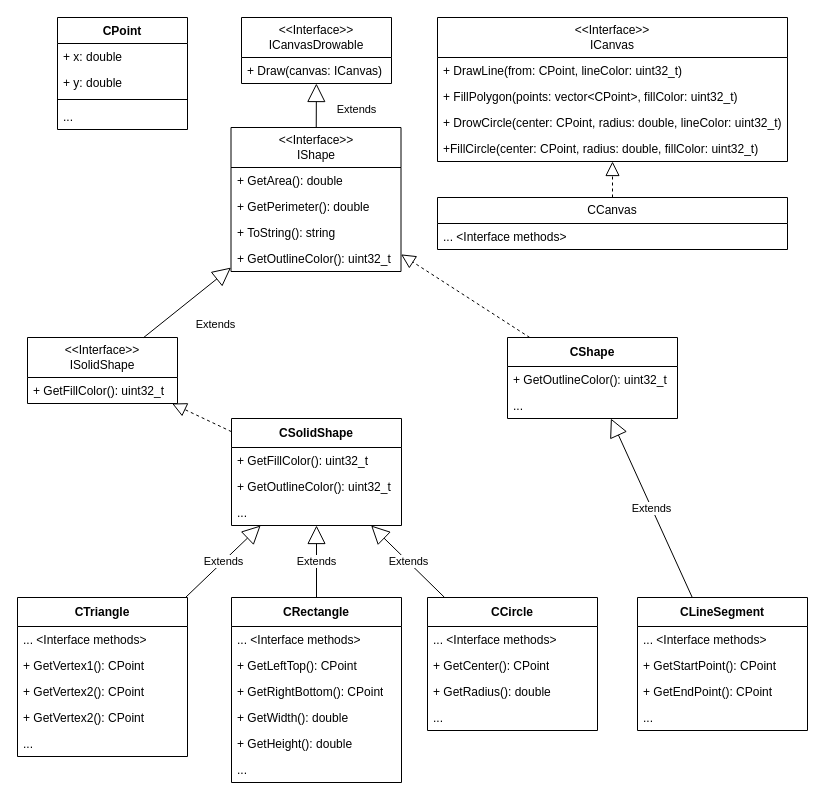
mr-ale141/OOP keeps this draw.io diagram as lw4/shape/uml.drawio. Above is the earlier version. Source tidied: cells renumbered, new cells numbered last; positions are measured from the earlier drawing's top-left corner, leaving out a move shared by most shapes. Both pictures are drawn from the tidied source at 100%, with x=0, y=0 at pixel (17, 17).
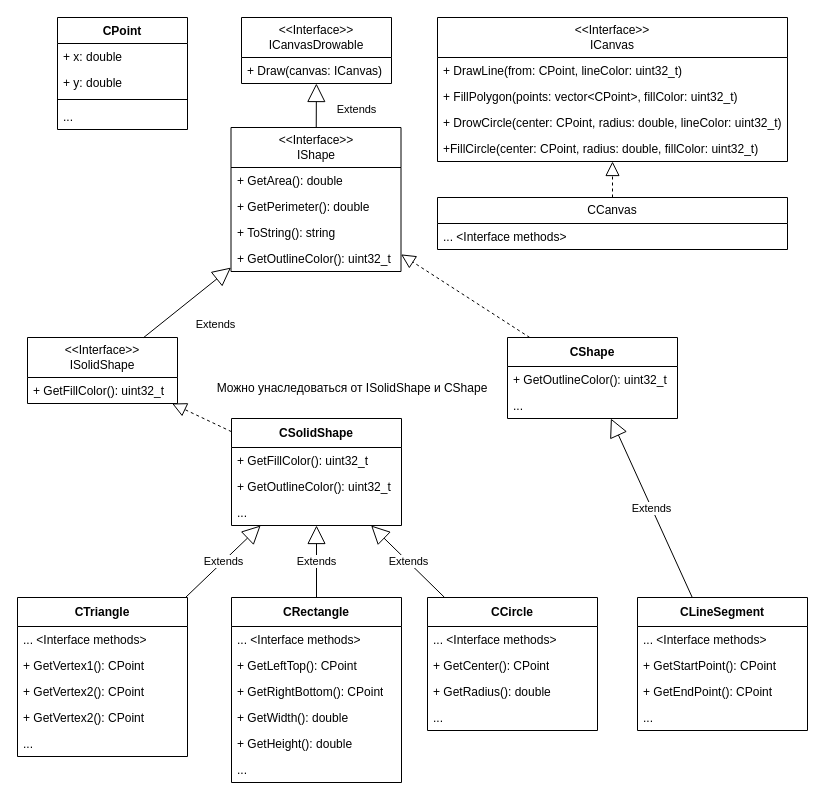
Above is the later version.

Diff of the diagram source:
```diff
@@
+    <mxCell id="62" value="Можно унаследоваться от ISolidShape и CShape" style="text;html=1;align=center;verticalAlign=middle;whiteSpace=wrap;rounded=0;" parent="1" vertex="1">
+      <mxGeometry x="190" y="356" width="290" height="30" as="geometry" />
+    </mxCell>
```
